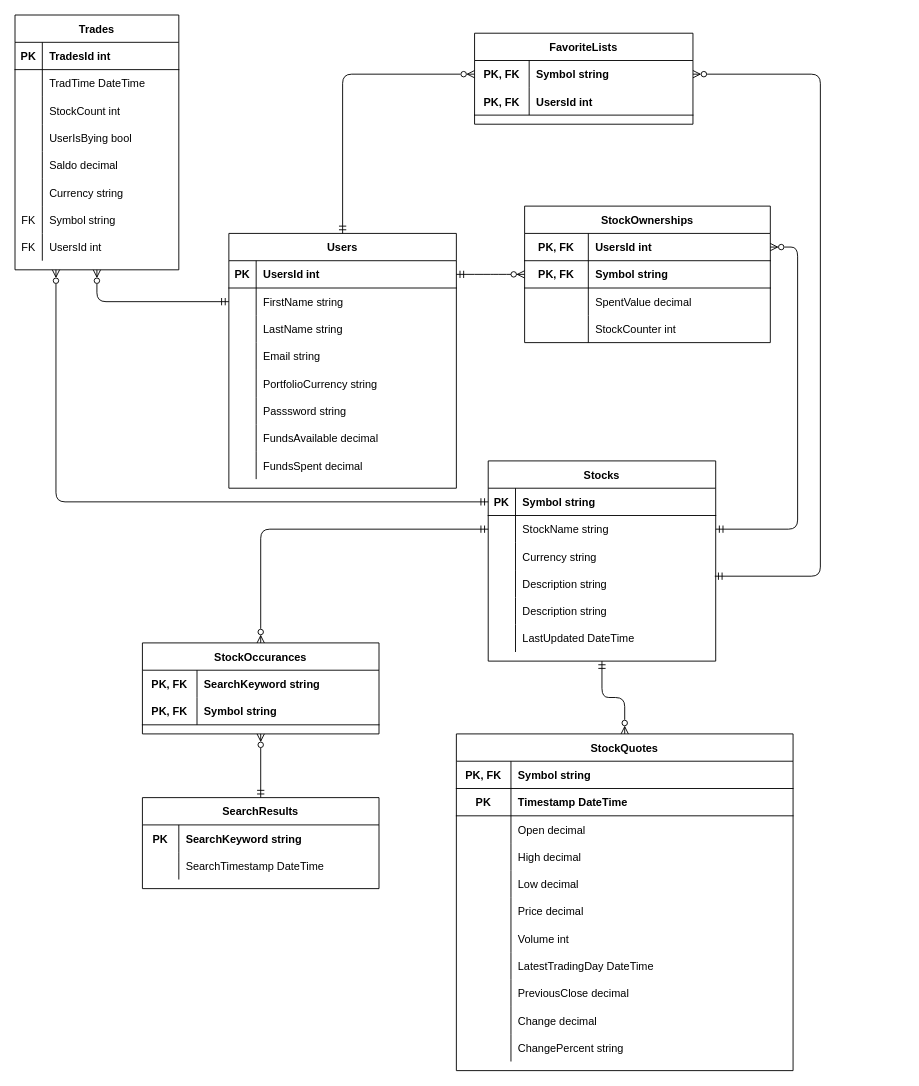
Above: page "Page-1" (1 of 3) of doc/ER_model_forslag_Bernt.drawio in B-Moritz/Webapplikasjoner_oblig (draw.io), before the change. Source tidied: cells renumbered, new cells numbered last; positions are measured from the earlier drawing's top-left corner, leaving out a move shared by most shapes. Both pictures are drawn from the tidied source at 91%, with x=0, y=0 at pixel (15, 15).
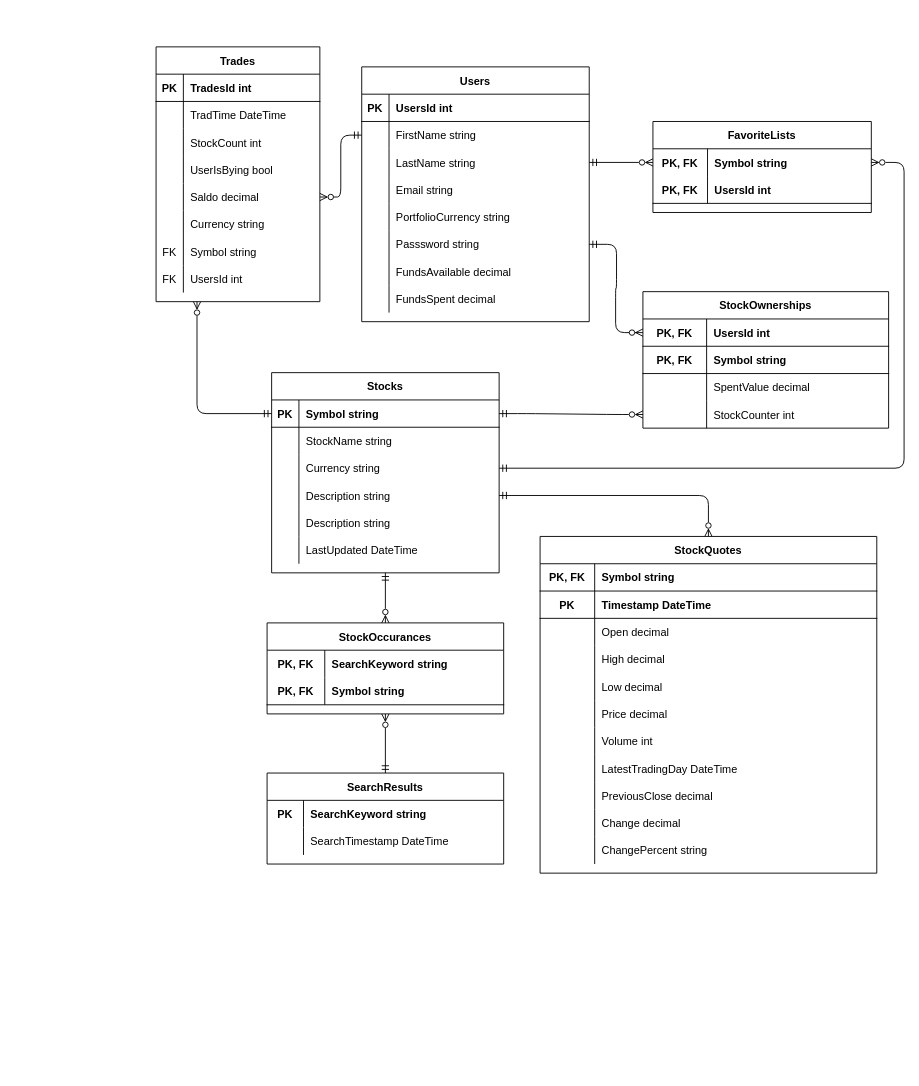
After the change.

Unchanged cells that the change refers to:
```xml
<mxCell id="5" style="shape=partialRectangle;fillColor=none;points=[[0,0.5],[1,0.5]];portConstraint=eastwest;top=0;left=0;right=0;bottom=1;fontStyle=0;" parent="4" vertex="1">
  <mxGeometry y="30" width="270" height="30" as="geometry" />
</mxCell>
<mxCell id="8" style="shape=tableRow;horizontal=0;startSize=0;swimlaneHead=0;swimlaneBody=0;fillColor=none;points=[[0,0.5],[1,0.5]];portConstraint=eastwest;top=0;left=0;right=0;bottom=1;fontStyle=0;" parent="4" vertex="1">
  <mxGeometry y="60" width="270" height="30" as="geometry" />
</mxCell>
<mxCell id="14" style="shape=partialRectangle;fillColor=none;points=[[0,0.5],[1,0.5]];portConstraint=eastwest;top=0;left=0;right=0;bottom=0;fontStyle=0;" parent="4" vertex="1">
  <mxGeometry y="120" width="270" height="30" as="geometry" />
</mxCell>
<mxCell id="18" style="shape=partialRectangle;fillColor=none;points=[[0,0.5],[1,0.5]];portConstraint=eastwest;top=0;left=0;right=0;bottom=1;fontStyle=0;" parent="17" vertex="1">
  <mxGeometry y="30" width="250" height="30" as="geometry" />
</mxCell>
<mxCell id="21" style="shape=partialRectangle;fillColor=none;points=[[0,0.5],[1,0.5]];portConstraint=eastwest;top=0;left=0;right=0;bottom=0;fontStyle=0;" parent="17" vertex="1">
  <mxGeometry y="60" width="250" height="30" as="geometry" />
</mxCell>
<mxCell id="24" style="shape=tableRow;horizontal=0;startSize=0;swimlaneHead=0;swimlaneBody=0;fillColor=none;points=[[0,0.5],[1,0.5]];portConstraint=eastwest;top=0;left=0;right=0;bottom=0;fontStyle=0;" parent="17" vertex="1">
  <mxGeometry y="90" width="250" height="30" as="geometry" />
</mxCell>
<mxCell id="27" style="shape=partialRectangle;fillColor=none;points=[[0,0.5],[1,0.5]];portConstraint=eastwest;top=0;left=0;right=0;bottom=0;fontStyle=0;" parent="17" vertex="1">
  <mxGeometry y="120" width="250" height="30" as="geometry" />
</mxCell>
<mxCell id="37" style="shape=partialRectangle;fillColor=none;points=[[0,0.5],[1,0.5]];portConstraint=eastwest;top=0;left=0;right=0;bottom=1;fontStyle=0;" parent="36" vertex="1">
  <mxGeometry y="30" width="250" height="30" as="geometry" />
</mxCell>
<mxCell id="40" style="shape=partialRectangle;fillColor=none;points=[[0,0.5],[1,0.5]];portConstraint=eastwest;top=0;left=0;right=0;bottom=0;fontStyle=0;" parent="36" vertex="1">
  <mxGeometry y="60" width="250" height="30" as="geometry" />
</mxCell>
<mxCell id="43" style="shape=tableRow;horizontal=0;startSize=0;swimlaneHead=0;swimlaneBody=0;fillColor=none;points=[[0,0.5],[1,0.5]];portConstraint=eastwest;top=0;left=0;right=0;bottom=0;fontStyle=0;" parent="36" vertex="1">
  <mxGeometry y="90" width="250" height="30" as="geometry" />
</mxCell>
<mxCell id="52" style="shape=tableRow;horizontal=0;startSize=0;swimlaneHead=0;swimlaneBody=0;fillColor=none;points=[[0,0.5],[1,0.5]];portConstraint=eastwest;top=0;left=0;right=0;bottom=0;rounded=0;fontStyle=0;" parent="36" vertex="1">
  <mxGeometry y="180" width="250" height="30" as="geometry" />
</mxCell>
<mxCell id="105" style="shape=tableRow;horizontal=0;startSize=0;swimlaneHead=0;swimlaneBody=0;fillColor=none;top=0;left=0;right=0;bottom=0;rounded=0;fontStyle=0;" parent="104" vertex="1">
  <mxGeometry y="30" width="260" height="30" as="geometry" />
</mxCell>
<mxCell id="108" style="shape=tableRow;horizontal=0;startSize=0;swimlaneHead=0;swimlaneBody=0;fillColor=none;top=0;left=0;right=0;bottom=1;rounded=0;fontStyle=0;" parent="104" vertex="1">
  <mxGeometry y="60" width="260" height="30" as="geometry" />
</mxCell>
<mxCell id="113" style="shape=tableRow;horizontal=0;startSize=0;swimlaneHead=0;swimlaneBody=0;fillColor=none;points=[[0,0.5],[1,0.5]];portConstraint=eastwest;top=0;left=0;right=0;bottom=0;rounded=0;fontStyle=0;" parent="112" vertex="1">
  <mxGeometry y="30" width="240" height="30" as="geometry" />
</mxCell>
<mxCell id="134" style="shape=tableRow;horizontal=0;startSize=0;swimlaneHead=0;swimlaneBody=0;fillColor=none;points=[[0,0.5],[1,0.5]];portConstraint=eastwest;top=0;left=0;right=0;bottom=0;rounded=0;fontStyle=0;" parent="121" vertex="1">
  <mxGeometry y="150" width="180" height="30" as="geometry" />
</mxCell>
```

Diff of the diagram source:
```diff
@@
-    <mxCell id="2" style="edgeStyle=entityRelationEdgeStyle;endArrow=ERzeroToMany;startArrow=ERmandOne;endFill=1;startFill=0;entryX=0;entryY=0.5;entryDx=0;entryDy=0;fontStyle=0;" parent="1" edge="1" source="37" target="8">
+    <mxCell id="2" style="edgeStyle=entityRelationEdgeStyle;endArrow=ERzeroToMany;startArrow=ERmandOne;endFill=1;startFill=0;entryX=0;entryY=0.5;entryDx=0;entryDy=0;fontStyle=0;exitX=1;exitY=0.5;exitDx=0;exitDy=0;" parent="1" edge="1" source="52" target="5">
       <mxGeometry relative="1" as="geometry" />
     </mxCell>
-    <mxCell id="3" style="edgeStyle=entityRelationEdgeStyle;endArrow=ERmandOne;startArrow=ERzeroToMany;endFill=0;startFill=0;fontStyle=0;" parent="1" edge="1" source="5" target="21">
+    <mxCell id="3" style="edgeStyle=entityRelationEdgeStyle;endArrow=ERmandOne;startArrow=ERzeroToMany;endFill=0;startFill=0;fontStyle=0;exitX=0;exitY=0.5;exitDx=0;exitDy=0;entryX=1;entryY=0.5;entryDx=0;entryDy=0;" parent="1" edge="1" source="14" target="18">
       <mxGeometry relative="1" as="geometry" />
     </mxCell>
     <mxCell id="4" value="StockOwnerships" style="shape=table;startSize=30;childLayout=tableLayout;rowLines=0;fontStyle=1;align=center;" parent="1" vertex="1">
-      <mxGeometry x="560" y="210" width="270" height="150" as="geometry" />
+      <mxGeometry x="690" y="304" width="270" height="150" as="geometry" />
     </mxCell>
@@
     <mxCell id="17" value="Stocks" style="shape=table;startSize=30;childLayout=tableLayout;rowLines=0;fontStyle=1;align=center;" parent="1" vertex="1">
-      <mxGeometry x="520" y="490" width="250" height="220" as="geometry" />
+      <mxGeometry x="282" y="393" width="250" height="220" as="geometry" />
     </mxCell>
@@
     <mxCell id="36" value="Users" style="shape=table;startSize=30;childLayout=tableLayout;rowLines=0;fontStyle=1;align=center;" parent="1" vertex="1">
-      <mxGeometry x="235" y="240" width="250" height="280" as="geometry" />
+      <mxGeometry x="381" y="57" width="250" height="280" as="geometry" />
     </mxCell>
@@
-    <mxCell id="61" style="edgeStyle=orthogonalEdgeStyle;rounded=1;jettySize=auto;html=1;exitX=0.5;exitY=0;exitDx=0;exitDy=0;entryX=0.5;entryY=1;entryDx=0;entryDy=0;startArrow=ERzeroToMany;startFill=0;endArrow=ERmandOne;endFill=0;fontStyle=0;" parent="1" edge="1" source="62" target="17">
+    <mxCell id="61" style="edgeStyle=orthogonalEdgeStyle;rounded=1;jettySize=auto;html=1;exitX=0.5;exitY=0;exitDx=0;exitDy=0;entryX=1;entryY=0.5;entryDx=0;entryDy=0;startArrow=ERzeroToMany;startFill=0;endArrow=ERmandOne;endFill=0;fontStyle=0;" parent="1" edge="1" source="62" target="27">
       <mxGeometry relative="1" as="geometry" />
     </mxCell>
     <mxCell id="62" value="StockQuotes" style="shape=table;startSize=30;childLayout=tableLayout;rowLines=0;fontStyle=1;align=center;fillColor=none;" parent="1" vertex="1">
-      <mxGeometry x="485" y="790" width="370" height="370" as="geometry" />
+      <mxGeometry x="577" y="573" width="370" height="370" as="geometry" />
     </mxCell>
@@
     <mxCell id="96" value="SearchResults" style="shape=table;startSize=30;childLayout=tableLayout;rowLines=0;fontStyle=1;align=center;fillColor=none;" parent="1" vertex="1">
-      <mxGeometry x="140" y="860" width="260" height="100" as="geometry" />
+      <mxGeometry x="277" y="833" width="260" height="100" as="geometry" />
     </mxCell>
@@
     <mxCell id="104" value="StockOccurances" style="shape=table;startSize=30;childLayout=tableLayout;rowLines=0;fontStyle=1;align=center;rounded=0;fillColor=none;" parent="1" vertex="1">
-      <mxGeometry x="140" y="690" width="260" height="100" as="geometry" />
+      <mxGeometry x="277" y="668" width="260" height="100" as="geometry" />
     </mxCell>
@@
     <mxCell id="106" value="PK, FK" style="shape=partialRectangle;fillColor=none;top=0;left=0;bottom=0;right=0;fontStyle=1;overflow=hidden;rounded=0;" parent="105" vertex="1">
-      <mxGeometry width="60" height="30" as="geometry" />
+      <mxGeometry width="63.4" height="30" as="geometry" />
     </mxCell>
     <mxCell id="107" value="SearchKeyword string" style="shape=partialRectangle;fillColor=none;top=0;left=0;bottom=0;right=0;align=left;spacingLeft=6;fontStyle=1;overflow=hidden;rounded=0;" parent="105" vertex="1">
-      <mxGeometry x="60" width="200" height="30" as="geometry" />
+      <mxGeometry x="63.4" width="196.6" height="30" as="geometry" />
     </mxCell>
@@
     <mxCell id="109" value="PK, FK" style="shape=partialRectangle;fillColor=none;top=0;left=0;bottom=0;right=0;fontStyle=1;overflow=hidden;rounded=0;" parent="108" vertex="1">
-      <mxGeometry width="60" height="30" as="geometry" />
+      <mxGeometry width="63.4" height="30" as="geometry" />
     </mxCell>
     <mxCell id="110" value="Symbol string" style="shape=partialRectangle;fillColor=none;top=0;left=0;bottom=0;right=0;align=left;spacingLeft=6;fontStyle=1;overflow=hidden;rounded=0;" parent="108" vertex="1">
-      <mxGeometry x="60" width="200" height="30" as="geometry" />
+      <mxGeometry x="63.4" width="196.6" height="30" as="geometry" />
     </mxCell>
-    <mxCell id="111" style="edgeStyle=orthogonalEdgeStyle;rounded=1;jettySize=auto;html=1;exitX=0;exitY=0.5;exitDx=0;exitDy=0;entryX=0.5;entryY=0;entryDx=0;entryDy=0;startArrow=ERmandOne;startFill=0;endArrow=ERzeroToMany;endFill=0;fontStyle=0;" parent="1" edge="1" source="21" target="104">
+    <mxCell id="111" style="edgeStyle=orthogonalEdgeStyle;rounded=1;jettySize=auto;html=1;exitX=0.5;exitY=1;exitDx=0;exitDy=0;entryX=0.5;entryY=0;entryDx=0;entryDy=0;startArrow=ERmandOne;startFill=0;endArrow=ERzeroToMany;endFill=0;fontStyle=0;" parent="1" edge="1" source="17" target="104">
       <mxGeometry relative="1" as="geometry" />
     </mxCell>
     <mxCell id="112" value="FavoriteLists" style="shape=table;startSize=30;childLayout=tableLayout;rowLines=0;fontStyle=1;align=center;rounded=0;fillColor=none;" parent="1" vertex="1">
-      <mxGeometry x="505" y="20" width="240" height="100" as="geometry" />
+      <mxGeometry x="701" y="117" width="240" height="100" as="geometry" />
     </mxCell>
@@
-    <mxCell id="119" style="edgeStyle=orthogonalEdgeStyle;rounded=1;jettySize=auto;html=1;exitX=0;exitY=0.5;exitDx=0;exitDy=0;entryX=0.5;entryY=0;entryDx=0;entryDy=0;startArrow=ERzeroToMany;startFill=0;endArrow=ERmandOne;endFill=0;fontStyle=0;" parent="1" edge="1" source="113" target="36">
+    <mxCell id="119" style="edgeStyle=orthogonalEdgeStyle;rounded=1;jettySize=auto;html=1;exitX=0;exitY=0.5;exitDx=0;exitDy=0;entryX=1;entryY=0.5;entryDx=0;entryDy=0;startArrow=ERzeroToMany;startFill=0;endArrow=ERmandOne;endFill=0;fontStyle=0;" parent="1" edge="1" source="113" target="43">
       <mxGeometry relative="1" as="geometry" />
     </mxCell>
-    <mxCell id="120" style="edgeStyle=orthogonalEdgeStyle;rounded=1;jettySize=auto;html=1;exitX=1;exitY=0.5;exitDx=0;exitDy=0;startArrow=ERzeroToMany;startFill=0;endArrow=ERmandOne;endFill=0;entryX=0.996;entryY=0.222;entryDx=0;entryDy=0;entryPerimeter=0;fontStyle=0;" parent="1" edge="1" source="113" target="27">
+    <mxCell id="120" style="edgeStyle=orthogonalEdgeStyle;rounded=1;jettySize=auto;html=1;exitX=1;exitY=0.5;exitDx=0;exitDy=0;startArrow=ERzeroToMany;startFill=0;endArrow=ERmandOne;endFill=0;entryX=1;entryY=0.5;entryDx=0;entryDy=0;fontStyle=0;" parent="1" edge="1" source="113" target="24">
       <mxGeometry relative="1" as="geometry">
         <Array as="points">
-          <mxPoint x="885" y="65" />
-          <mxPoint x="885" y="617" />
+          <mxPoint x="977" y="162" />
+          <mxPoint x="977" y="498" />
         </Array>
       </mxGeometry>
     </mxCell>
     <mxCell id="121" value="Trades" style="shape=table;startSize=30;childLayout=tableLayout;rowLines=0;fontStyle=1;align=center;rounded=0;fillColor=none;" parent="1" vertex="1">
-      <mxGeometry width="180" height="280" as="geometry" />
+      <mxGeometry x="155" y="35" width="180" height="280" as="geometry" />
     </mxCell>
@@
-    <mxCell id="146" style="edgeStyle=orthogonalEdgeStyle;rounded=1;jettySize=auto;html=1;exitX=0;exitY=0.5;exitDx=0;exitDy=0;entryX=0.5;entryY=1;entryDx=0;entryDy=0;startArrow=ERmandOne;startFill=0;endArrow=ERzeroToMany;endFill=0;fontStyle=0;" parent="1" edge="1" source="40" target="121">
+    <mxCell id="146" style="edgeStyle=orthogonalEdgeStyle;rounded=1;jettySize=auto;html=1;exitX=0;exitY=0.5;exitDx=0;exitDy=0;entryX=1;entryY=0.5;entryDx=0;entryDy=0;startArrow=ERmandOne;startFill=0;endArrow=ERzeroToMany;endFill=0;fontStyle=0;" parent="1" edge="1" source="40" target="134">
       <mxGeometry relative="1" as="geometry" />
     </mxCell>
```
